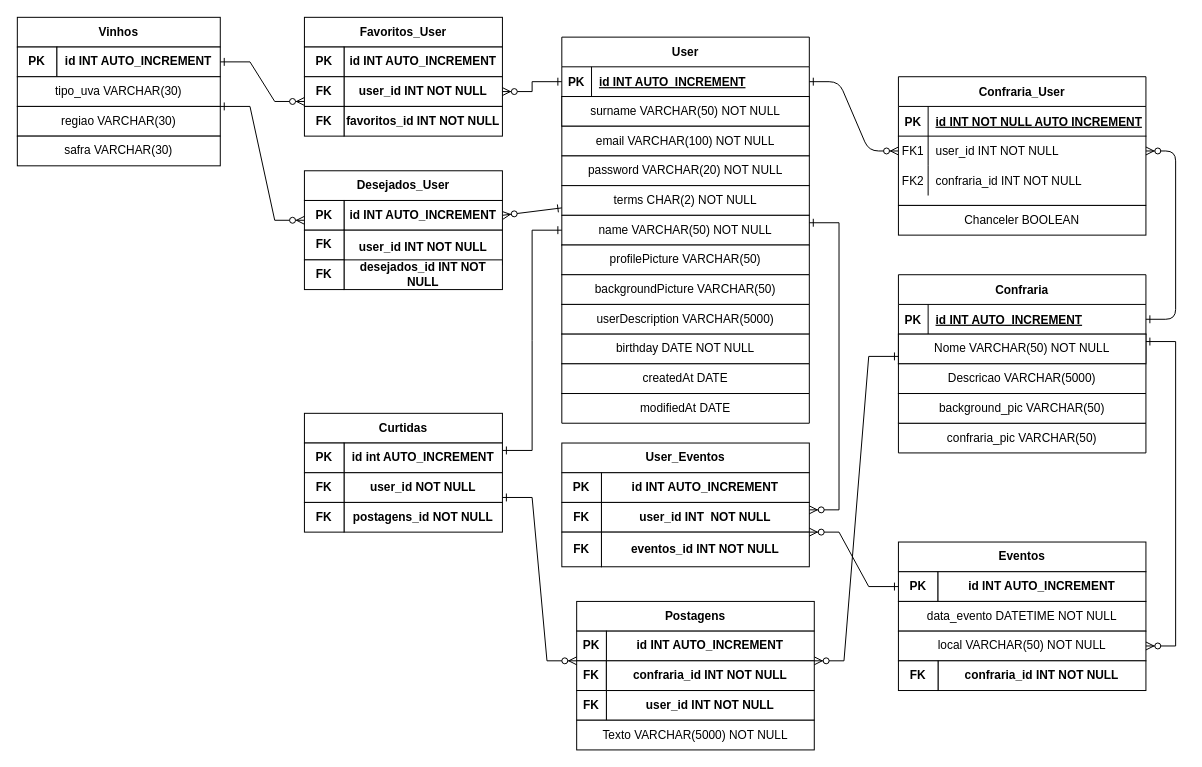
The draw.io diagram ModeloBancoDeDados.drawio in jairocket/projetoIntegrador-Wined, before the edit. Source tidied: cells renumbered, new cells numbered last; positions are measured from the earlier drawing's top-left corner, leaving out a move shared by most shapes. Both pictures are drawn from the tidied source at 99%, with x=0, y=0 at pixel (17, 17).
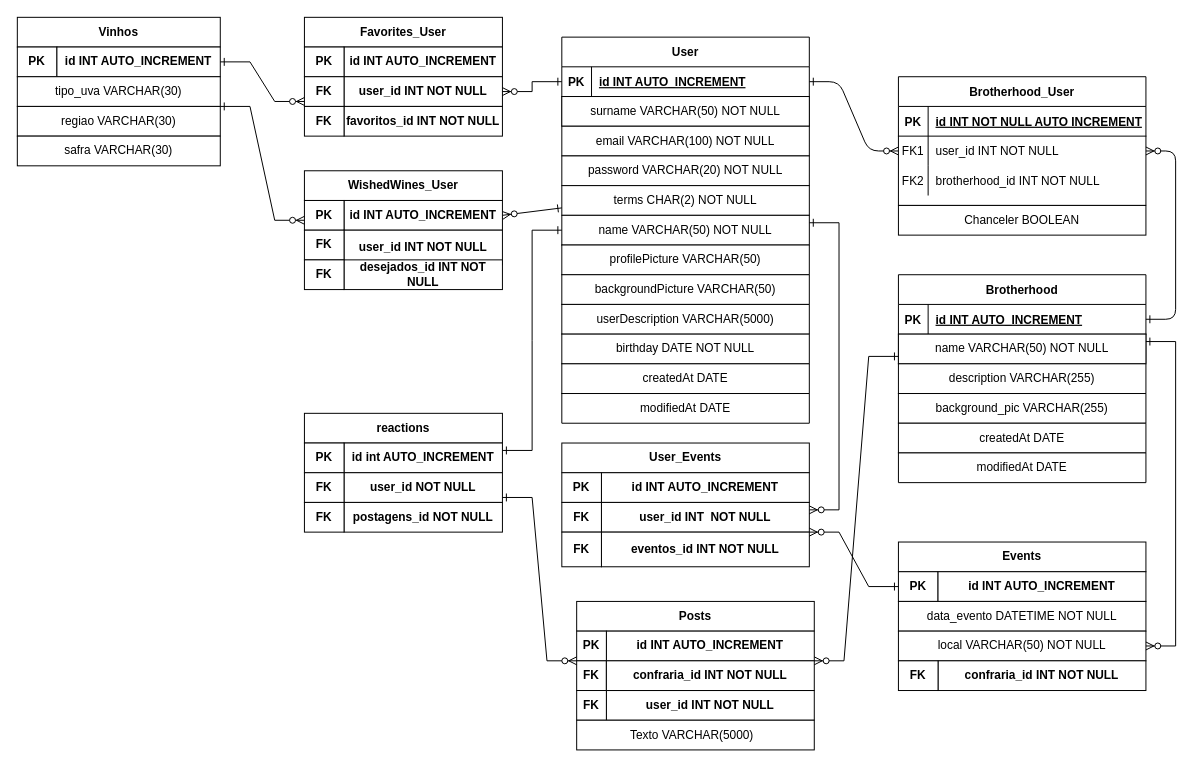
The same diagram, later.

Commit message (it also covers changes not shown here):
relação entre model User e Brotherhood criada

Unchanged cells that the change refers to:
```xml
<mxCell id="10" style="shape=partialRectangle;fillColor=none;top=0;left=0;right=0;bottom=0;" parent="3" vertex="1">
  <mxGeometry y="90" width="250" height="30" as="geometry" />
</mxCell>
<mxCell id="103" style="shape=partialRectangle;html=1;whiteSpace=wrap;fillColor=none;top=0;left=0;bottom=0;right=0;" parent="102" vertex="1">
  <mxGeometry width="250" height="30" as="geometry" />
</mxCell>
<mxCell id="109" style="shape=partialRectangle;html=1;whiteSpace=wrap;fillColor=none;top=0;left=0;bottom=0;right=0;" parent="108" vertex="1">
  <mxGeometry width="250" height="30" as="geometry" />
</mxCell>
```

Change to the diagram source:
```diff
@@
-    <mxCell id="3" value="Confraria_User" style="shape=table;startSize=30;childLayout=tableLayout;rowLines=0;fontStyle=1;align=center;" parent="1" vertex="1">
+    <mxCell id="3" value="Brotherhood_User" style="shape=table;startSize=30;childLayout=tableLayout;rowLines=0;fontStyle=1;align=center;" parent="1" vertex="1">
       <mxGeometry x="890" y="60" width="250" height="130" as="geometry" />
     </mxCell>
@@
-    <mxCell id="12" value="confraria_id INT NOT NULL" style="shape=partialRectangle;overflow=hidden;fillColor=none;top=0;left=0;bottom=0;right=0;align=left;spacingLeft=6;" parent="10" vertex="1">
+    <mxCell id="12" value="brotherhood_id INT NOT NULL" style="shape=partialRectangle;overflow=hidden;fillColor=none;top=0;left=0;bottom=0;right=0;align=left;spacingLeft=6;" parent="10" vertex="1">
       <mxGeometry x="30" width="220" height="30" as="geometry" />
     </mxCell>
-    <mxCell id="13" value="Confraria" style="shape=table;startSize=30;childLayout=tableLayout;rowLines=0;fontStyle=1;align=center;" parent="1" vertex="1">
+    <mxCell id="13" value="Brotherhood" style="shape=table;startSize=30;childLayout=tableLayout;rowLines=0;fontStyle=1;align=center;" parent="1" vertex="1">
       <mxGeometry x="890" y="260" width="250" height="90" as="geometry" />
     </mxCell>
@@
-    <mxCell id="29" value="&lt;b&gt;Eventos&lt;/b&gt;" style="rounded=0;whiteSpace=wrap;html=1;" parent="1" vertex="1">
+    <mxCell id="29" value="&lt;b&gt;Events&lt;/b&gt;" style="rounded=0;whiteSpace=wrap;html=1;" parent="1" vertex="1">
       <mxGeometry x="890" y="530" width="250" height="30" as="geometry" />
     </mxCell>
@@
-    <mxCell id="41" value="&lt;b&gt;Postagens&lt;/b&gt;" style="rounded=0;whiteSpace=wrap;html=1;" parent="1" vertex="1">
+    <mxCell id="41" value="&lt;b&gt;Posts&lt;/b&gt;" style="rounded=0;whiteSpace=wrap;html=1;" parent="1" vertex="1">
       <mxGeometry x="565" y="590" width="240" height="30" as="geometry" />
     </mxCell>
@@
-    <mxCell id="48" value="Texto VARCHAR(5000) NOT NULL" style="rounded=0;whiteSpace=wrap;html=1;" parent="1" vertex="1">
+    <mxCell id="48" value="Texto VARCHAR(5000)&amp;nbsp;&amp;nbsp;" style="rounded=0;whiteSpace=wrap;html=1;" parent="1" vertex="1">
       <mxGeometry x="565" y="710" width="240" height="30" as="geometry" />
     </mxCell>
-    <mxCell id="49" value="Nome VARCHAR(50) NOT NULL" style="rounded=0;whiteSpace=wrap;html=1;" parent="1" vertex="1">
+    <mxCell id="49" value="name VARCHAR(50) NOT NULL" style="rounded=0;whiteSpace=wrap;html=1;" parent="1" vertex="1">
       <mxGeometry x="890" y="320" width="250" height="30" as="geometry" />
     </mxCell>
@@
-    <mxCell id="51" value="&lt;b&gt;Curtidas&lt;/b&gt;" style="rounded=0;whiteSpace=wrap;html=1;" parent="1" vertex="1">
+    <mxCell id="51" value="&lt;b&gt;reactions&lt;/b&gt;" style="rounded=0;whiteSpace=wrap;html=1;" parent="1" vertex="1">
       <mxGeometry x="290" y="400" width="200" height="30" as="geometry" />
     </mxCell>
@@
-    <mxCell id="60" value="&lt;b&gt;User_Eventos&lt;/b&gt;" style="rounded=0;whiteSpace=wrap;html=1;" parent="1" vertex="1">
+    <mxCell id="60" value="&lt;b&gt;User_Events&lt;/b&gt;" style="rounded=0;whiteSpace=wrap;html=1;" parent="1" vertex="1">
       <mxGeometry x="550" y="430" width="250" height="30" as="geometry" />
     </mxCell>
@@
-    <mxCell id="71" value="&lt;b&gt;Desejados_User&lt;/b&gt;" style="rounded=0;whiteSpace=wrap;html=1;" parent="1" vertex="1">
+    <mxCell id="71" value="&lt;b&gt;WishedWines_User&lt;/b&gt;" style="rounded=0;whiteSpace=wrap;html=1;" parent="1" vertex="1">
       <mxGeometry x="290" y="155" width="200" height="30" as="geometry" />
     </mxCell>
@@
-    <mxCell id="79" value="&lt;b&gt;Favoritos_User&lt;/b&gt;" style="rounded=0;whiteSpace=wrap;html=1;" parent="1" vertex="1">
+    <mxCell id="79" value="&lt;b&gt;Favorites_User&lt;/b&gt;" style="rounded=0;whiteSpace=wrap;html=1;" parent="1" vertex="1">
       <mxGeometry x="290" width="200" height="30" as="geometry" />
     </mxCell>
@@
-    <mxCell id="104" value="Descricao VARCHAR(5000)" style="shape=partialRectangle;html=1;whiteSpace=wrap;overflow=hidden;fillColor=none;top=0;left=0;bottom=0;right=0;" parent="103" vertex="1">
+    <mxCell id="104" value="description VARCHAR(255)" style="shape=partialRectangle;html=1;whiteSpace=wrap;overflow=hidden;fillColor=none;top=0;left=0;bottom=0;right=0;" parent="103" vertex="1">
       <mxGeometry width="250" height="30" as="geometry" />
     </mxCell>
-    <mxCell id="105" style="shape=table;html=1;whiteSpace=wrap;startSize=0;childLayout=tableLayout;" parent="1" vertex="1">
-      <mxGeometry x="890" y="410" width="250" height="30" as="geometry" />
-    </mxCell>
-    <mxCell id="106" style="shape=partialRectangle;html=1;whiteSpace=wrap;fillColor=none;top=0;left=0;bottom=0;right=0;" parent="105" vertex="1">
-      <mxGeometry width="250" height="30" as="geometry" />
-    </mxCell>
-    <mxCell id="107" value="confraria_pic VARCHAR(50)" style="shape=partialRectangle;html=1;whiteSpace=wrap;overflow=hidden;fillColor=none;top=0;left=0;bottom=0;right=0;" parent="106" vertex="1">
-      <mxGeometry width="250" height="30" as="geometry" />
-    </mxCell>
@@
-    <mxCell id="110" value="background_pic VARCHAR(50)" style="shape=partialRectangle;html=1;whiteSpace=wrap;overflow=hidden;fillColor=none;top=0;left=0;bottom=0;right=0;" parent="109" vertex="1">
+    <mxCell id="110" value="background_pic VARCHAR(255)" style="shape=partialRectangle;html=1;whiteSpace=wrap;overflow=hidden;fillColor=none;top=0;left=0;bottom=0;right=0;" parent="109" vertex="1">
       <mxGeometry width="250" height="30" as="geometry" />
     </mxCell>
@@
+    <mxCell id="105" style="shape=table;html=1;whiteSpace=wrap;startSize=0;childLayout=tableLayout;" parent="1" vertex="1">
+      <mxGeometry x="890" y="410" width="250" height="30" as="geometry" />
+    </mxCell>
+    <mxCell id="120" style="shape=partialRectangle;html=1;whiteSpace=wrap;fillColor=none;top=0;left=0;bottom=0;right=0;" parent="105" vertex="1">
+      <mxGeometry width="250" height="30" as="geometry" />
+    </mxCell>
+    <mxCell id="121" value="createdAt DATE" style="shape=partialRectangle;html=1;whiteSpace=wrap;overflow=hidden;fillColor=none;top=0;left=0;bottom=0;right=0;" parent="120" vertex="1">
+      <mxGeometry width="250" height="30" as="geometry" />
+    </mxCell>
+    <mxCell id="122" style="shape=table;html=1;whiteSpace=wrap;startSize=0;childLayout=tableLayout;" parent="1" vertex="1">
+      <mxGeometry x="890" y="440" width="250" height="30" as="geometry" />
+    </mxCell>
+    <mxCell id="123" style="shape=partialRectangle;html=1;whiteSpace=wrap;fillColor=none;top=0;left=0;bottom=0;right=0;" parent="122" vertex="1">
+      <mxGeometry width="250" height="30" as="geometry" />
+    </mxCell>
+    <mxCell id="124" value="modifiedAt DATE" style="shape=partialRectangle;html=1;whiteSpace=wrap;overflow=hidden;fillColor=none;top=0;left=0;bottom=0;right=0;" parent="123" vertex="1">
+      <mxGeometry width="250" height="30" as="geometry" />
+    </mxCell>
```
